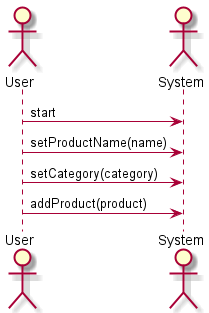
The PlantUML diagram src/diagrams_operations/diagrams_operations_img/add_product.png in drDeepl/purchased-products-app-nest, before a commit. Source of this version:
```plantuml
@startuml add_product

skinparam backgroundColor #FFFFFF

actor User
actor System

User -> System: start
User -> System: setProductName(name)
User -> System: setCategory(category)
User -> System: addProduct(product)

@enduml
```
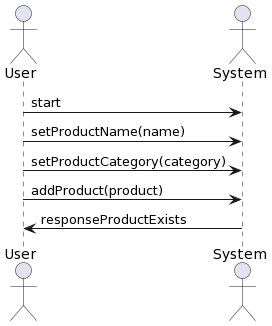
The same diagram one commit later.

Diff of the diagram source:
```diff
@@ -1,13 +1,11 @@
-@startuml add_product
-
+@startuml
 skinparam backgroundColor #FFFFFF
-
 actor User
 actor System
 
 User -> System: start
 User -> System: setProductName(name)
-User -> System: setCategory(category)
+User -> System: setProductCategory(category)
 User -> System: addProduct(product)
-
+System -> User: responseProductExists
 @enduml
```
